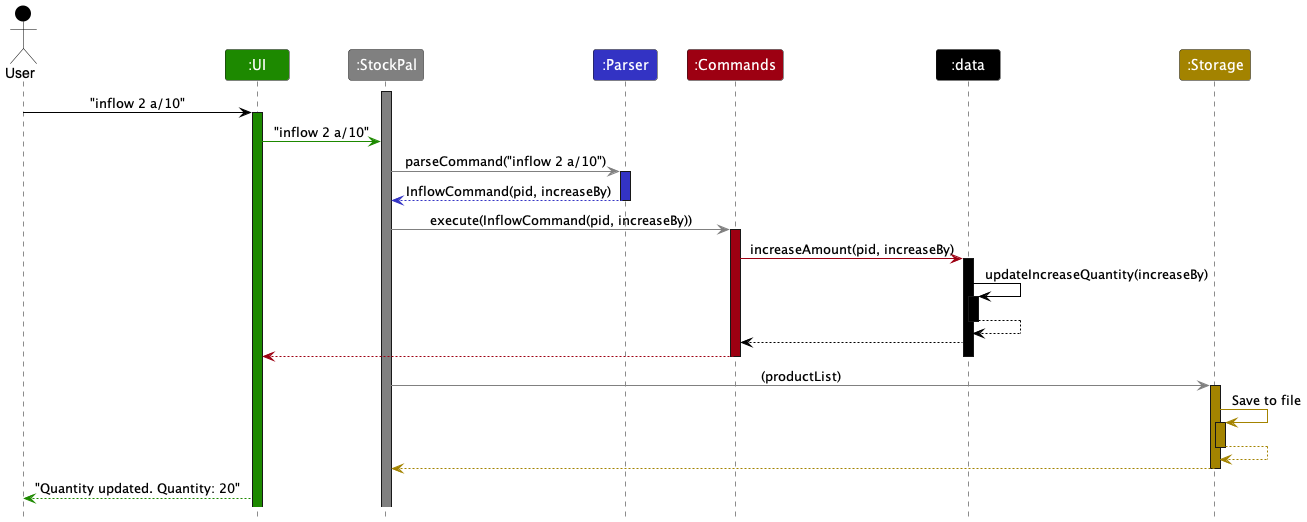
Earlier version of the PlantUML export docs/images/InflowCommandSequence.png (nus-cs2113-AY2324S2/tp). The source it was exported from:
```plantuml
@startuml
!include style.puml
skinparam ArrowFontStyle plain

Actor User as user USER_COLOR
Participant ":UI" as ui UI_COLOR
Participant ":StockPal" as stockpal STOCKPAL_COLOR
Participant ":Parser" as parser PARSER_COLOR
Participant ":Commands" as commands COMMANDS_COLOR
Participant ":data" as data DATA_COLOR
Participant ":Storage" as storage STORAGE_COLOR

activate stockpal STOCKPAL_COLOR

user -[USER_COLOR]> ui : "inflow 2 a/10"
activate ui UI_COLOR

ui -[UI_COLOR]>stockpal : "inflow 2 a/10"

stockpal -[STOCKPAL_COLOR]> parser : parseCommand("inflow 2 a/10")
activate parser PARSER_COLOR

parser --[PARSER_COLOR]> stockpal : InflowCommand(pid, increaseBy)
deactivate parser

stockpal -[STOCKPAL_COLOR]> commands : execute(InflowCommand(pid, increaseBy))
activate commands COMMANDS_COLOR

commands -[COMMANDS_COLOR]> data : increaseAmount(pid, increaseBy)
activate data DATA_COLOR

data -[DATA_COLOR]> data : updateIncreaseQuantity(increaseBy)
activate data DATA_COLOR
data --[DATA_COLOR]> data
deactivate data

data --[DATA_COLOR]> commands

commands --[COMMANDS_COLOR]> ui

deactivate commands
deactivate data

stockpal -[STOCKPAL_COLOR]> storage : (productList)
activate storage STORAGE_COLOR
storage -[STORAGE_COLOR]> storage : Save to file
activate storage STORAGE_COLOR
storage --[STORAGE_COLOR]> storage
deactivate storage
storage --[STORAGE_COLOR]> stockpal
deactivate storage


ui --[UI_COLOR]> user : "Quantity updated. Quantity: 20"

@enduml
```
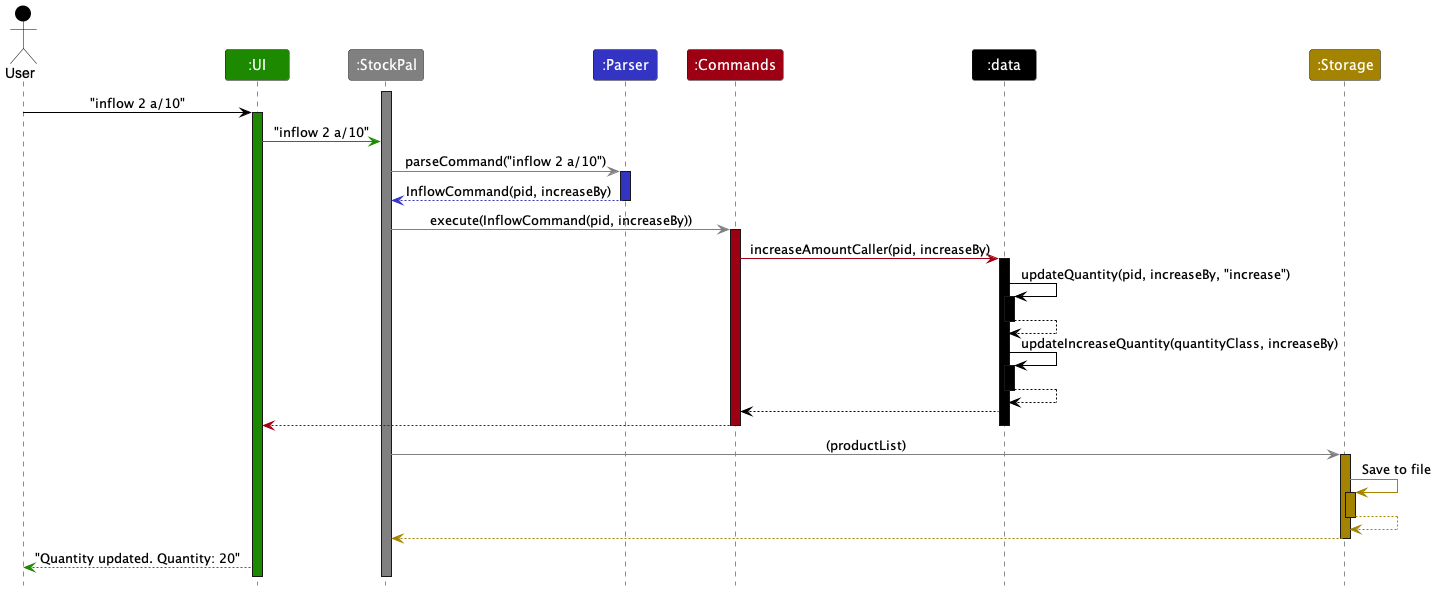
Later version of the same file.

Commit message:
Update sequence diagram for inflow and outflow class

Change to the diagram source:
```diff
@@ -26,10 +26,15 @@
 stockpal -[STOCKPAL_COLOR]> commands : execute(InflowCommand(pid, increaseBy))
 activate commands COMMANDS_COLOR
 
-commands -[COMMANDS_COLOR]> data : increaseAmount(pid, increaseBy)
+commands -[COMMANDS_COLOR]> data : increaseAmountCaller(pid, increaseBy)
 activate data DATA_COLOR
 
-data -[DATA_COLOR]> data : updateIncreaseQuantity(increaseBy)
+data -[DATA_COLOR]> data : updateQuantity(pid, increaseBy, "increase")
+activate data DATA_COLOR
+data --[DATA_COLOR]> data
+deactivate data
+
+data -[DATA_COLOR]> data : updateIncreaseQuantity(quantityClass, increaseBy)
 activate data DATA_COLOR
 data --[DATA_COLOR]> data
 deactivate data
```
